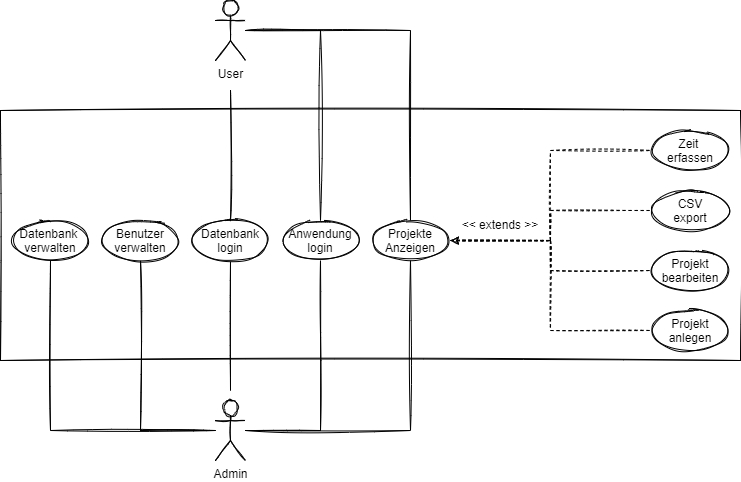
This is docs/draft-use-case-diagram-3.png from tschalk/project-tracker, a draw.io export, as it was before one commit. Source tidied: cells renumbered, new cells last; positions are measured from the earlier drawing's top-left corner, leaving out a move shared by most shapes. Source of this version:
```xml
<mxGraphModel>
  <root>
    <mxCell id="0" />
    <mxCell id="1" parent="0" />
    <mxCell id="2" style="edgeStyle=orthogonalEdgeStyle;rounded=0;jettySize=auto;html=1;endArrow=none;endFill=0;sketch=1;" parent="1" edge="1" source="7" target="11">
      <mxGeometry relative="1" as="geometry" />
    </mxCell>
    <mxCell id="3" style="edgeStyle=orthogonalEdgeStyle;rounded=0;jettySize=auto;html=1;endArrow=none;endFill=0;sketch=1;" parent="1" edge="1" source="7" target="12">
      <mxGeometry relative="1" as="geometry" />
    </mxCell>
    <mxCell id="4" style="edgeStyle=orthogonalEdgeStyle;rounded=0;jettySize=auto;html=1;endArrow=none;endFill=0;sketch=1;" parent="1" edge="1" target="13">
      <mxGeometry relative="1" as="geometry">
        <mxPoint x="230" y="390" as="sourcePoint" />
      </mxGeometry>
    </mxCell>
    <mxCell id="5" style="edgeStyle=orthogonalEdgeStyle;rounded=0;jettySize=auto;html=1;endArrow=none;endFill=0;sketch=1;" parent="1" edge="1" source="7" target="14">
      <mxGeometry relative="1" as="geometry" />
    </mxCell>
    <mxCell id="6" style="edgeStyle=orthogonalEdgeStyle;rounded=0;jettySize=auto;html=1;endArrow=none;endFill=0;sketch=1;" parent="1" edge="1" source="7" target="15">
      <mxGeometry relative="1" as="geometry" />
    </mxCell>
    <mxCell id="7" value="Admin" style="shape=umlActor;verticalLabelPosition=bottom;verticalAlign=top;html=1;rounded=0;sketch=1;" parent="1" vertex="1">
      <mxGeometry x="215" y="400" width="30" height="60" as="geometry" />
    </mxCell>
    <mxCell id="8" style="edgeStyle=orthogonalEdgeStyle;rounded=0;jettySize=auto;html=1;endArrow=none;endFill=0;entryX=0.5;entryY=0;entryDx=0;entryDy=0;sketch=1;" parent="1" edge="1" source="9" target="14">
      <mxGeometry relative="1" as="geometry" />
    </mxCell>
    <mxCell id="9" value="User" style="shape=umlActor;verticalLabelPosition=bottom;verticalAlign=top;html=1;rounded=0;sketch=1;" parent="1" vertex="1">
      <mxGeometry x="215" width="30" height="60" as="geometry" />
    </mxCell>
    <mxCell id="10" style="swimlane;startSize=0;rounded=0;sketch=1;" parent="1" vertex="1">
      <mxGeometry y="110" width="740" height="250" as="geometry" />
    </mxCell>
    <mxCell id="11" value="Datenbank &lt;br&gt;verwalten" style="ellipse;whiteSpace=wrap;html=1;verticalAlign=top;rounded=0;sketch=1;" parent="10" vertex="1">
      <mxGeometry x="10" y="110" width="80" height="40" as="geometry" />
    </mxCell>
    <mxCell id="12" value="Benutzer&lt;br&gt;verwalten" style="ellipse;whiteSpace=wrap;html=1;verticalAlign=top;rounded=0;sketch=1;" parent="10" vertex="1">
      <mxGeometry x="100" y="110" width="80" height="40" as="geometry" />
    </mxCell>
    <mxCell id="13" value="Datenbank&lt;br&gt;login" style="ellipse;whiteSpace=wrap;html=1;verticalAlign=top;rounded=0;sketch=1;" parent="10" vertex="1">
      <mxGeometry x="190" y="110" width="80" height="40" as="geometry" />
    </mxCell>
    <mxCell id="14" value="Anwendung&lt;br&gt;login" style="ellipse;whiteSpace=wrap;html=1;verticalAlign=top;rounded=0;sketch=1;" parent="10" vertex="1">
      <mxGeometry x="280" y="110" width="80" height="40" as="geometry" />
    </mxCell>
    <mxCell id="15" value="Projekte&lt;br&gt;Anzeigen" style="ellipse;whiteSpace=wrap;html=1;verticalAlign=top;rounded=0;sketch=1;" parent="10" vertex="1">
      <mxGeometry x="370" y="110" width="80" height="40" as="geometry" />
    </mxCell>
    <mxCell id="16" value="Zeit &lt;br&gt;erfassen" style="ellipse;whiteSpace=wrap;html=1;verticalAlign=top;rounded=0;sketch=1;" parent="10" vertex="1">
      <mxGeometry x="650" y="20" width="80" height="40" as="geometry" />
    </mxCell>
    <mxCell id="17" value="CSV&lt;br&gt;export" style="ellipse;whiteSpace=wrap;html=1;verticalAlign=top;rounded=0;sketch=1;" parent="10" vertex="1">
      <mxGeometry x="650" y="80" width="80" height="40" as="geometry" />
    </mxCell>
    <mxCell id="18" value="Projekt&lt;br&gt;anlegen" style="ellipse;whiteSpace=wrap;html=1;verticalAlign=top;rounded=0;sketch=1;" parent="10" vertex="1">
      <mxGeometry x="650" y="200" width="80" height="40" as="geometry" />
    </mxCell>
    <mxCell id="19" value="Projekt&lt;br&gt;bearbeiten" style="ellipse;whiteSpace=wrap;html=1;verticalAlign=top;rounded=0;sketch=1;" parent="10" vertex="1">
      <mxGeometry x="650" y="140" width="80" height="40" as="geometry" />
    </mxCell>
    <mxCell id="20" style="edgeStyle=orthogonalEdgeStyle;rounded=0;jettySize=auto;html=1;endArrow=none;endFill=0;exitX=1;exitY=0.5;exitDx=0;exitDy=0;entryX=0;entryY=0.5;entryDx=0;entryDy=0;dashed=1;sketch=1;" parent="10" edge="1" source="15" target="16">
      <mxGeometry relative="1" as="geometry" />
    </mxCell>
    <mxCell id="21" style="edgeStyle=orthogonalEdgeStyle;rounded=0;jettySize=auto;html=1;endArrow=none;endFill=0;exitX=1;exitY=0.5;exitDx=0;exitDy=0;entryX=0;entryY=0.5;entryDx=0;entryDy=0;dashed=1;sketch=1;" parent="10" edge="1" source="15" target="17">
      <mxGeometry relative="1" as="geometry" />
    </mxCell>
    <mxCell id="22" style="edgeStyle=orthogonalEdgeStyle;rounded=0;jettySize=auto;html=1;endArrow=none;endFill=0;exitX=1;exitY=0.5;exitDx=0;exitDy=0;entryX=0;entryY=0.5;entryDx=0;entryDy=0;dashed=1;startArrow=classic;startFill=1;sketch=1;" parent="10" edge="1" source="15" target="19">
      <mxGeometry relative="1" as="geometry">
        <Array as="points">
          <mxPoint x="550" y="130" />
          <mxPoint x="550" y="160" />
        </Array>
      </mxGeometry>
    </mxCell>
    <mxCell id="23" value="&amp;lt;&amp;lt; extends &amp;gt;&amp;gt;" style="text;html=1;strokeColor=none;fillColor=none;align=center;verticalAlign=middle;whiteSpace=wrap;rounded=0;sketch=1;" parent="10" vertex="1">
      <mxGeometry x="460" y="100" width="80" height="30" as="geometry" />
    </mxCell>
    <mxCell id="24" style="edgeStyle=orthogonalEdgeStyle;rounded=0;jettySize=auto;html=1;endArrow=none;endFill=0;entryX=0.5;entryY=0;entryDx=0;entryDy=0;sketch=1;" parent="1" edge="1" source="9" target="15">
      <mxGeometry relative="1" as="geometry" />
    </mxCell>
    <mxCell id="25" style="edgeStyle=orthogonalEdgeStyle;rounded=0;jettySize=auto;html=1;endArrow=none;endFill=0;exitX=0.5;exitY=0;exitDx=0;exitDy=0;sketch=1;" parent="1" edge="1" source="13">
      <mxGeometry relative="1" as="geometry">
        <mxPoint x="230" y="90" as="targetPoint" />
      </mxGeometry>
    </mxCell>
    <mxCell id="26" style="edgeStyle=orthogonalEdgeStyle;rounded=0;jettySize=auto;html=1;endArrow=none;endFill=0;dashed=1;startArrow=none;startFill=1;sketch=1;" parent="1" edge="1" source="23">
      <mxGeometry relative="1" as="geometry">
        <mxPoint x="650" y="330" as="targetPoint" />
        <Array as="points">
          <mxPoint x="550" y="240" />
          <mxPoint x="550" y="330" />
          <mxPoint x="650" y="330" />
        </Array>
      </mxGeometry>
    </mxCell>
  </root>
</mxGraphModel>
```
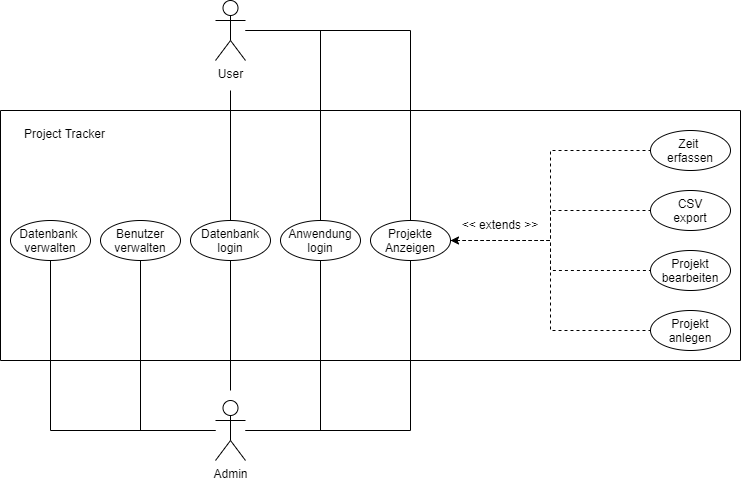
The same diagram one commit later.

What changed in the source:
```diff
@@ -2,69 +2,69 @@
   <root>
     <mxCell id="0" />
     <mxCell id="1" parent="0" />
-    <mxCell id="2" style="edgeStyle=orthogonalEdgeStyle;rounded=0;jettySize=auto;html=1;endArrow=none;endFill=0;sketch=1;" parent="1" edge="1" source="7" target="11">
+    <mxCell id="2" style="edgeStyle=orthogonalEdgeStyle;rounded=0;jettySize=auto;html=1;endArrow=none;endFill=0;" parent="1" edge="1" source="7" target="11">
       <mxGeometry relative="1" as="geometry" />
     </mxCell>
-    <mxCell id="3" style="edgeStyle=orthogonalEdgeStyle;rounded=0;jettySize=auto;html=1;endArrow=none;endFill=0;sketch=1;" parent="1" edge="1" source="7" target="12">
+    <mxCell id="3" style="edgeStyle=orthogonalEdgeStyle;rounded=0;jettySize=auto;html=1;endArrow=none;endFill=0;" parent="1" edge="1" source="7" target="12">
       <mxGeometry relative="1" as="geometry" />
     </mxCell>
-    <mxCell id="4" style="edgeStyle=orthogonalEdgeStyle;rounded=0;jettySize=auto;html=1;endArrow=none;endFill=0;sketch=1;" parent="1" edge="1" target="13">
+    <mxCell id="4" style="edgeStyle=orthogonalEdgeStyle;rounded=0;jettySize=auto;html=1;endArrow=none;endFill=0;" parent="1" edge="1" target="13">
       <mxGeometry relative="1" as="geometry">
         <mxPoint x="230" y="390" as="sourcePoint" />
       </mxGeometry>
     </mxCell>
-    <mxCell id="5" style="edgeStyle=orthogonalEdgeStyle;rounded=0;jettySize=auto;html=1;endArrow=none;endFill=0;sketch=1;" parent="1" edge="1" source="7" target="14">
+    <mxCell id="5" style="edgeStyle=orthogonalEdgeStyle;rounded=0;jettySize=auto;html=1;endArrow=none;endFill=0;" parent="1" edge="1" source="7" target="14">
       <mxGeometry relative="1" as="geometry" />
     </mxCell>
-    <mxCell id="6" style="edgeStyle=orthogonalEdgeStyle;rounded=0;jettySize=auto;html=1;endArrow=none;endFill=0;sketch=1;" parent="1" edge="1" source="7" target="15">
+    <mxCell id="6" style="edgeStyle=orthogonalEdgeStyle;rounded=0;jettySize=auto;html=1;endArrow=none;endFill=0;" parent="1" edge="1" source="7" target="15">
       <mxGeometry relative="1" as="geometry" />
     </mxCell>
-    <mxCell id="7" value="Admin" style="shape=umlActor;verticalLabelPosition=bottom;verticalAlign=top;html=1;rounded=0;sketch=1;" parent="1" vertex="1">
+    <mxCell id="7" value="Admin" style="shape=umlActor;verticalLabelPosition=bottom;verticalAlign=top;html=1;rounded=0;" parent="1" vertex="1">
       <mxGeometry x="215" y="400" width="30" height="60" as="geometry" />
     </mxCell>
-    <mxCell id="8" style="edgeStyle=orthogonalEdgeStyle;rounded=0;jettySize=auto;html=1;endArrow=none;endFill=0;entryX=0.5;entryY=0;entryDx=0;entryDy=0;sketch=1;" parent="1" edge="1" source="9" target="14">
+    <mxCell id="8" style="edgeStyle=orthogonalEdgeStyle;rounded=0;jettySize=auto;html=1;endArrow=none;endFill=0;entryX=0.5;entryY=0;entryDx=0;entryDy=0;" parent="1" edge="1" source="9" target="14">
       <mxGeometry relative="1" as="geometry" />
     </mxCell>
-    <mxCell id="9" value="User" style="shape=umlActor;verticalLabelPosition=bottom;verticalAlign=top;html=1;rounded=0;sketch=1;" parent="1" vertex="1">
+    <mxCell id="9" value="User" style="shape=umlActor;verticalLabelPosition=bottom;verticalAlign=top;html=1;rounded=0;" parent="1" vertex="1">
       <mxGeometry x="215" width="30" height="60" as="geometry" />
     </mxCell>
-    <mxCell id="10" style="swimlane;startSize=0;rounded=0;sketch=1;" parent="1" vertex="1">
+    <mxCell id="10" style="swimlane;startSize=0;rounded=0;" parent="1" vertex="1">
       <mxGeometry y="110" width="740" height="250" as="geometry" />
     </mxCell>
-    <mxCell id="11" value="Datenbank &lt;br&gt;verwalten" style="ellipse;whiteSpace=wrap;html=1;verticalAlign=top;rounded=0;sketch=1;" parent="10" vertex="1">
+    <mxCell id="11" value="Datenbank &lt;br&gt;verwalten" style="ellipse;whiteSpace=wrap;html=1;verticalAlign=top;rounded=0;" parent="10" vertex="1">
       <mxGeometry x="10" y="110" width="80" height="40" as="geometry" />
     </mxCell>
-    <mxCell id="12" value="Benutzer&lt;br&gt;verwalten" style="ellipse;whiteSpace=wrap;html=1;verticalAlign=top;rounded=0;sketch=1;" parent="10" vertex="1">
+    <mxCell id="12" value="Benutzer&lt;br&gt;verwalten" style="ellipse;whiteSpace=wrap;html=1;verticalAlign=top;rounded=0;" parent="10" vertex="1">
       <mxGeometry x="100" y="110" width="80" height="40" as="geometry" />
     </mxCell>
-    <mxCell id="13" value="Datenbank&lt;br&gt;login" style="ellipse;whiteSpace=wrap;html=1;verticalAlign=top;rounded=0;sketch=1;" parent="10" vertex="1">
+    <mxCell id="13" value="Datenbank&lt;br&gt;login" style="ellipse;whiteSpace=wrap;html=1;verticalAlign=top;rounded=0;" parent="10" vertex="1">
       <mxGeometry x="190" y="110" width="80" height="40" as="geometry" />
     </mxCell>
-    <mxCell id="14" value="Anwendung&lt;br&gt;login" style="ellipse;whiteSpace=wrap;html=1;verticalAlign=top;rounded=0;sketch=1;" parent="10" vertex="1">
+    <mxCell id="14" value="Anwendung&lt;br&gt;login" style="ellipse;whiteSpace=wrap;html=1;verticalAlign=top;rounded=0;" parent="10" vertex="1">
       <mxGeometry x="280" y="110" width="80" height="40" as="geometry" />
     </mxCell>
-    <mxCell id="15" value="Projekte&lt;br&gt;Anzeigen" style="ellipse;whiteSpace=wrap;html=1;verticalAlign=top;rounded=0;sketch=1;" parent="10" vertex="1">
+    <mxCell id="15" value="Projekte&lt;br&gt;Anzeigen" style="ellipse;whiteSpace=wrap;html=1;verticalAlign=top;rounded=0;" parent="10" vertex="1">
       <mxGeometry x="370" y="110" width="80" height="40" as="geometry" />
     </mxCell>
-    <mxCell id="16" value="Zeit &lt;br&gt;erfassen" style="ellipse;whiteSpace=wrap;html=1;verticalAlign=top;rounded=0;sketch=1;" parent="10" vertex="1">
+    <mxCell id="16" value="Zeit &lt;br&gt;erfassen" style="ellipse;whiteSpace=wrap;html=1;verticalAlign=top;rounded=0;" parent="10" vertex="1">
       <mxGeometry x="650" y="20" width="80" height="40" as="geometry" />
     </mxCell>
-    <mxCell id="17" value="CSV&lt;br&gt;export" style="ellipse;whiteSpace=wrap;html=1;verticalAlign=top;rounded=0;sketch=1;" parent="10" vertex="1">
+    <mxCell id="17" value="CSV&lt;br&gt;export" style="ellipse;whiteSpace=wrap;html=1;verticalAlign=top;rounded=0;" parent="10" vertex="1">
       <mxGeometry x="650" y="80" width="80" height="40" as="geometry" />
     </mxCell>
-    <mxCell id="18" value="Projekt&lt;br&gt;anlegen" style="ellipse;whiteSpace=wrap;html=1;verticalAlign=top;rounded=0;sketch=1;" parent="10" vertex="1">
+    <mxCell id="18" value="Projekt&lt;br&gt;anlegen" style="ellipse;whiteSpace=wrap;html=1;verticalAlign=top;rounded=0;" parent="10" vertex="1">
       <mxGeometry x="650" y="200" width="80" height="40" as="geometry" />
     </mxCell>
-    <mxCell id="19" value="Projekt&lt;br&gt;bearbeiten" style="ellipse;whiteSpace=wrap;html=1;verticalAlign=top;rounded=0;sketch=1;" parent="10" vertex="1">
+    <mxCell id="19" value="Projekt&lt;br&gt;bearbeiten" style="ellipse;whiteSpace=wrap;html=1;verticalAlign=top;rounded=0;" parent="10" vertex="1">
       <mxGeometry x="650" y="140" width="80" height="40" as="geometry" />
     </mxCell>
-    <mxCell id="20" style="edgeStyle=orthogonalEdgeStyle;rounded=0;jettySize=auto;html=1;endArrow=none;endFill=0;exitX=1;exitY=0.5;exitDx=0;exitDy=0;entryX=0;entryY=0.5;entryDx=0;entryDy=0;dashed=1;sketch=1;" parent="10" edge="1" source="15" target="16">
+    <mxCell id="20" style="edgeStyle=orthogonalEdgeStyle;rounded=0;jettySize=auto;html=1;endArrow=none;endFill=0;exitX=1;exitY=0.5;exitDx=0;exitDy=0;entryX=0;entryY=0.5;entryDx=0;entryDy=0;dashed=1;" parent="10" edge="1" source="15" target="16">
       <mxGeometry relative="1" as="geometry" />
     </mxCell>
-    <mxCell id="21" style="edgeStyle=orthogonalEdgeStyle;rounded=0;jettySize=auto;html=1;endArrow=none;endFill=0;exitX=1;exitY=0.5;exitDx=0;exitDy=0;entryX=0;entryY=0.5;entryDx=0;entryDy=0;dashed=1;sketch=1;" parent="10" edge="1" source="15" target="17">
+    <mxCell id="21" style="edgeStyle=orthogonalEdgeStyle;rounded=0;jettySize=auto;html=1;endArrow=none;endFill=0;exitX=1;exitY=0.5;exitDx=0;exitDy=0;entryX=0;entryY=0.5;entryDx=0;entryDy=0;dashed=1;" parent="10" edge="1" source="15" target="17">
       <mxGeometry relative="1" as="geometry" />
     </mxCell>
-    <mxCell id="22" style="edgeStyle=orthogonalEdgeStyle;rounded=0;jettySize=auto;html=1;endArrow=none;endFill=0;exitX=1;exitY=0.5;exitDx=0;exitDy=0;entryX=0;entryY=0.5;entryDx=0;entryDy=0;dashed=1;startArrow=classic;startFill=1;sketch=1;" parent="10" edge="1" source="15" target="19">
+    <mxCell id="22" style="edgeStyle=orthogonalEdgeStyle;rounded=0;jettySize=auto;html=1;endArrow=none;endFill=0;exitX=1;exitY=0.5;exitDx=0;exitDy=0;entryX=0;entryY=0.5;entryDx=0;entryDy=0;dashed=1;startArrow=classic;startFill=1;" parent="10" edge="1" source="15" target="19">
       <mxGeometry relative="1" as="geometry">
         <Array as="points">
           <mxPoint x="550" y="130" />
@@ -72,18 +72,21 @@
         </Array>
       </mxGeometry>
     </mxCell>
-    <mxCell id="23" value="&amp;lt;&amp;lt; extends &amp;gt;&amp;gt;" style="text;html=1;strokeColor=none;fillColor=none;align=center;verticalAlign=middle;whiteSpace=wrap;rounded=0;sketch=1;" parent="10" vertex="1">
+    <mxCell id="23" value="&amp;lt;&amp;lt; extends &amp;gt;&amp;gt;" style="text;html=1;strokeColor=none;fillColor=none;align=center;verticalAlign=middle;whiteSpace=wrap;rounded=0;" parent="10" vertex="1">
       <mxGeometry x="460" y="100" width="80" height="30" as="geometry" />
     </mxCell>
+    <mxCell id="27" value="Project Tracker" style="text;html=1;strokeColor=none;fillColor=none;align=center;verticalAlign=middle;whiteSpace=wrap;rounded=0;" parent="10" vertex="1">
+      <mxGeometry x="4" y="9" width="121" height="30" as="geometry" />
+    </mxCell>
-    <mxCell id="24" style="edgeStyle=orthogonalEdgeStyle;rounded=0;jettySize=auto;html=1;endArrow=none;endFill=0;entryX=0.5;entryY=0;entryDx=0;entryDy=0;sketch=1;" parent="1" edge="1" source="9" target="15">
+    <mxCell id="24" style="edgeStyle=orthogonalEdgeStyle;rounded=0;jettySize=auto;html=1;endArrow=none;endFill=0;entryX=0.5;entryY=0;entryDx=0;entryDy=0;" parent="1" edge="1" source="9" target="15">
       <mxGeometry relative="1" as="geometry" />
     </mxCell>
-    <mxCell id="25" style="edgeStyle=orthogonalEdgeStyle;rounded=0;jettySize=auto;html=1;endArrow=none;endFill=0;exitX=0.5;exitY=0;exitDx=0;exitDy=0;sketch=1;" parent="1" edge="1" source="13">
+    <mxCell id="25" style="edgeStyle=orthogonalEdgeStyle;rounded=0;jettySize=auto;html=1;endArrow=none;endFill=0;exitX=0.5;exitY=0;exitDx=0;exitDy=0;" parent="1" edge="1" source="13">
       <mxGeometry relative="1" as="geometry">
         <mxPoint x="230" y="90" as="targetPoint" />
       </mxGeometry>
     </mxCell>
-    <mxCell id="26" style="edgeStyle=orthogonalEdgeStyle;rounded=0;jettySize=auto;html=1;endArrow=none;endFill=0;dashed=1;startArrow=none;startFill=1;sketch=1;" parent="1" edge="1" source="23">
+    <mxCell id="26" style="edgeStyle=orthogonalEdgeStyle;rounded=0;jettySize=auto;html=1;endArrow=none;endFill=0;dashed=1;startArrow=none;startFill=1;" parent="1" edge="1" source="23">
       <mxGeometry relative="1" as="geometry">
         <mxPoint x="650" y="330" as="targetPoint" />
         <Array as="points">
```
